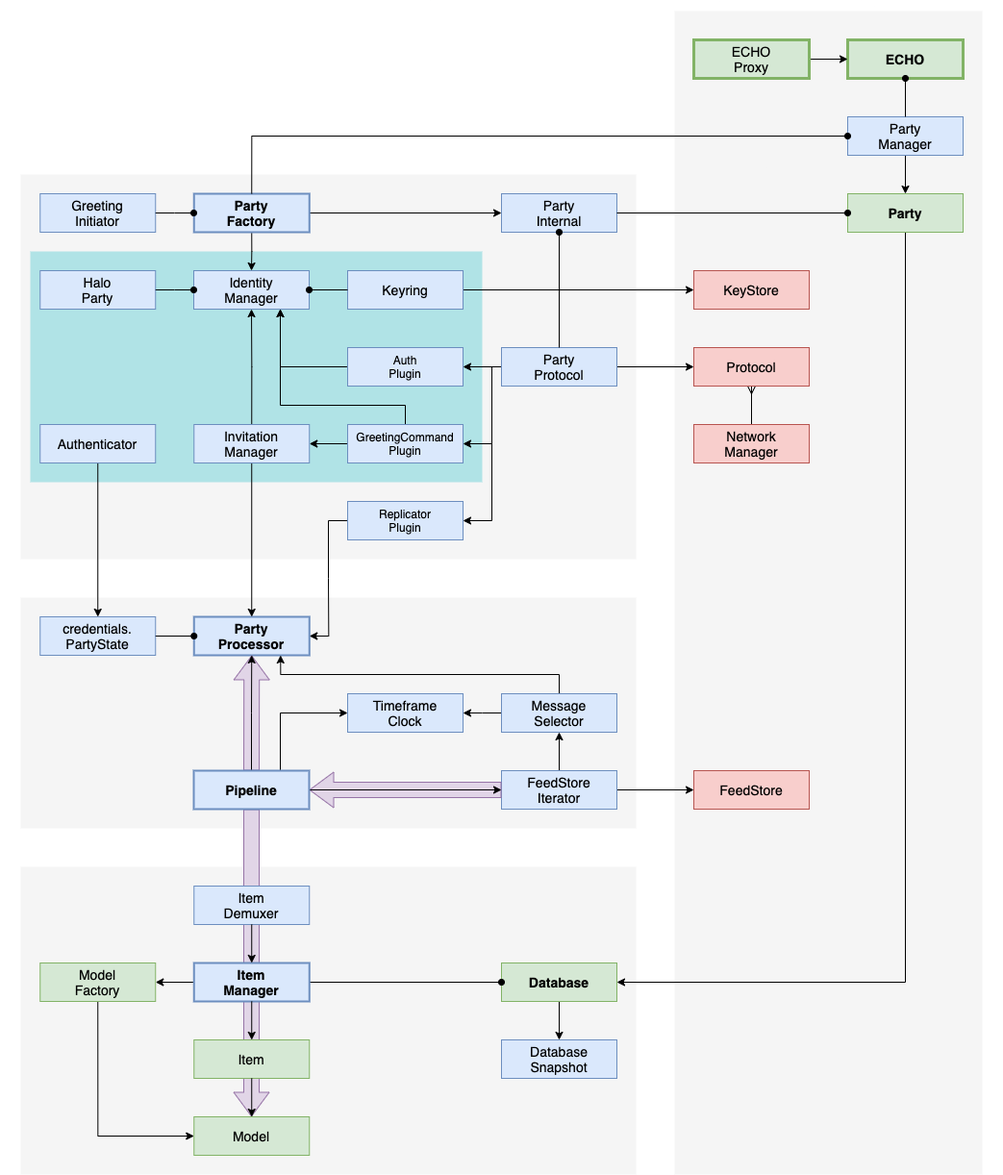
This is docs/diagrams/echo-architecture.png from dxos/dxos, a draw.io export, as it was before one commit. Source tidied: cells renumbered, new cells last; positions are measured from the earlier drawing's top-left corner, leaving out a move shared by most shapes.
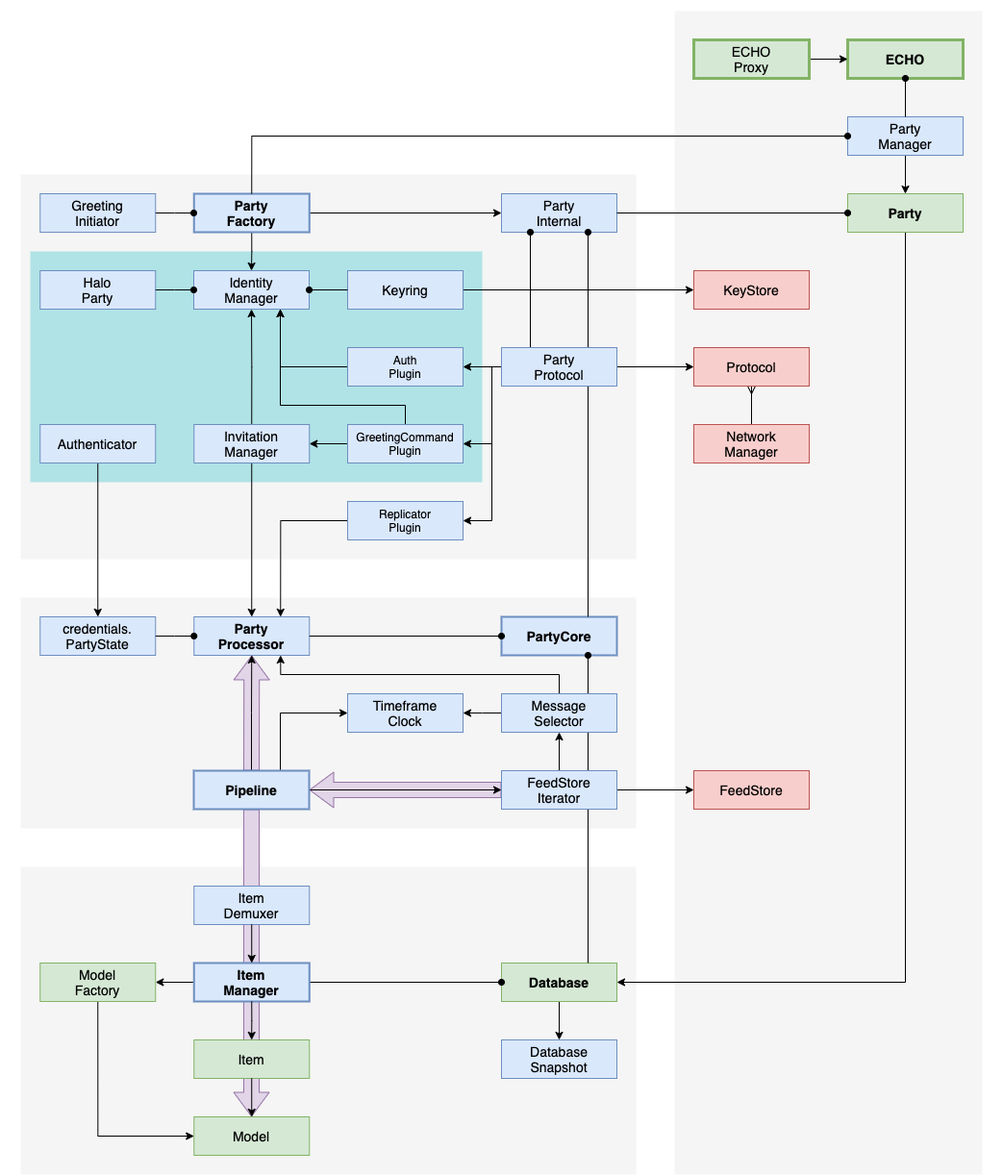
The same file after the commit.

What changed in the source:
```diff
@@ -32,7 +32,7 @@
     <mxCell id="11" style="edgeStyle=orthogonalEdgeStyle;rounded=0;jettySize=auto;html=1;exitX=0.75;exitY=0;exitDx=0;exitDy=0;entryX=0;entryY=0.5;entryDx=0;entryDy=0;" parent="1" edge="1" source="79" target="14">
       <mxGeometry relative="1" as="geometry" />
     </mxCell>
-    <mxCell id="12" value="Party&lt;br&gt;Processor" style="rounded=0;whiteSpace=wrap;html=1;fontSize=14;fontFamily=Helvetica;fillColor=#dae8fc;strokeColor=#6c8ebf;fontStyle=1;strokeWidth=2;" parent="1" vertex="1">
+    <mxCell id="12" value="Party&lt;br&gt;Processor" style="rounded=0;whiteSpace=wrap;html=1;fontSize=14;fontFamily=Helvetica;fillColor=#dae8fc;strokeColor=#6c8ebf;fontStyle=1;strokeWidth=1;" parent="1" vertex="1">
       <mxGeometry x="200.2" y="640" width="120" height="40" as="geometry" />
     </mxCell>
     <mxCell id="13" value="credentials.&lt;br&gt;PartyState" style="rounded=0;whiteSpace=wrap;html=1;fontSize=14;fontFamily=Helvetica;fillColor=#dae8fc;strokeColor=#6c8ebf;fontStyle=0;strokeWidth=1;" parent="1" vertex="1">
@@ -66,9 +66,6 @@
     <mxCell id="19" style="edgeStyle=orthogonalEdgeStyle;rounded=0;jettySize=auto;html=1;exitX=1;exitY=0.5;exitDx=0;exitDy=0;fontSize=12;startArrow=none;startFill=0;endArrow=classic;endFill=1;entryX=0;entryY=0.5;entryDx=0;entryDy=0;" parent="1" edge="1" source="20" target="76">
       <mxGeometry relative="1" as="geometry" />
     </mxCell>
-    <mxCell id="20" value="Party&lt;br&gt;Protocol" style="rounded=0;whiteSpace=wrap;html=1;fontSize=14;fontFamily=Helvetica;fillColor=#dae8fc;strokeColor=#6c8ebf;fontStyle=0;strokeWidth=1;" parent="1" vertex="1">
-      <mxGeometry x="520" y="360" width="120" height="40" as="geometry" />
-    </mxCell>
     <mxCell id="21" style="edgeStyle=orthogonalEdgeStyle;rounded=0;jettySize=auto;html=1;exitX=0.5;exitY=1;exitDx=0;exitDy=0;entryX=0.5;entryY=0;entryDx=0;entryDy=0;" parent="1" edge="1" source="23" target="15">
       <mxGeometry relative="1" as="geometry" />
     </mxCell>
@@ -139,9 +136,6 @@
         </Array>
       </mxGeometry>
     </mxCell>
-    <mxCell id="41" value="Message&lt;br&gt;Selector" style="rounded=0;whiteSpace=wrap;html=1;fontSize=14;fontFamily=Helvetica;fillColor=#dae8fc;strokeColor=#6c8ebf;fontStyle=0;strokeWidth=1;" parent="1" vertex="1">
-      <mxGeometry x="520" y="720" width="120" height="40" as="geometry" />
-    </mxCell>
     <mxCell id="42" value="Halo&lt;br&gt;Party" style="rounded=0;whiteSpace=wrap;html=1;fontSize=14;fontFamily=Helvetica;fillColor=#dae8fc;strokeColor=#6c8ebf;fontStyle=0;strokeWidth=1;" parent="1" vertex="1">
       <mxGeometry x="40.2" y="280" width="120" height="40" as="geometry" />
     </mxCell>
@@ -185,9 +179,6 @@
     <mxCell id="52" style="edgeStyle=orthogonalEdgeStyle;rounded=0;jettySize=auto;html=1;exitX=1;exitY=0.5;exitDx=0;exitDy=0;entryX=0;entryY=0.5;entryDx=0;entryDy=0;fontSize=12;startArrow=none;startFill=0;endArrow=classic;endFill=1;" parent="1" edge="1" source="53" target="43">
       <mxGeometry relative="1" as="geometry" />
     </mxCell>
-    <mxCell id="53" value="FeedStore&lt;br&gt;Iterator" style="rounded=0;whiteSpace=wrap;html=1;fontSize=14;fontFamily=Helvetica;fillColor=#dae8fc;strokeColor=#6c8ebf;fontStyle=0;strokeWidth=1;" parent="1" vertex="1">
-      <mxGeometry x="520" y="800" width="120" height="40" as="geometry" />
-    </mxCell>
     <mxCell id="54" style="shape=flexArrow;endArrow=classic;html=1;endSize=8;strokeColor=#9673a6;fillColor=#e1d5e7;entryX=1;entryY=0.5;entryDx=0;entryDy=0;exitX=0;exitY=0.5;exitDx=0;exitDy=0;width=16;" parent="1" edge="1" source="53" target="79">
       <mxGeometry relative="1" as="geometry" />
     </mxCell>
@@ -254,7 +245,7 @@
     <mxCell id="72" value="GreetingCommand&lt;br style=&quot;font-size: 12px;&quot;&gt;Plugin" style="rounded=0;whiteSpace=wrap;html=1;fontSize=12;fontFamily=Helvetica;fillColor=#dae8fc;strokeColor=#6c8ebf;fontStyle=0;strokeWidth=1;" parent="1" vertex="1">
       <mxGeometry x="360" y="440" width="120" height="40" as="geometry" />
     </mxCell>
-    <mxCell id="73" style="edgeStyle=orthogonalEdgeStyle;rounded=0;jettySize=auto;html=1;exitX=0;exitY=0.5;exitDx=0;exitDy=0;entryX=1;entryY=0.5;entryDx=0;entryDy=0;fontSize=12;startArrow=none;startFill=0;endArrow=classic;endFill=1;" parent="1" edge="1" source="74" target="12">
+    <mxCell id="73" style="edgeStyle=orthogonalEdgeStyle;rounded=0;jettySize=auto;html=1;exitX=0;exitY=0.5;exitDx=0;exitDy=0;entryX=0.75;entryY=0;entryDx=0;entryDy=0;fontSize=12;startArrow=none;startFill=0;endArrow=classic;endFill=1;" parent="1" edge="1" source="74" target="12">
       <mxGeometry relative="1" as="geometry" />
     </mxCell>
     <mxCell id="74" value="Replicator&lt;br style=&quot;font-size: 12px;&quot;&gt;Plugin" style="rounded=0;whiteSpace=wrap;html=1;fontSize=12;fontFamily=Helvetica;fillColor=#dae8fc;strokeColor=#6c8ebf;fontStyle=0;strokeWidth=1;" parent="1" vertex="1">
@@ -287,8 +278,29 @@
     <mxCell id="83" value="&lt;span style=&quot;font-weight: 400&quot;&gt;&amp;nbsp;&lt;/span&gt;" style="rounded=0;whiteSpace=wrap;html=1;fontSize=14;fontFamily=Helvetica;fontStyle=1;strokeWidth=3;strokeColor=none;fillColor=none;" parent="1" vertex="1">
       <mxGeometry width="1040" height="20" as="geometry" />
     </mxCell>
-    <mxCell id="84" style="edgeStyle=orthogonalEdgeStyle;rounded=0;jettySize=auto;html=1;exitX=0.5;exitY=1;exitDx=0;exitDy=0;entryX=0.5;entryY=0;entryDx=0;entryDy=0;fontSize=12;startArrow=oval;startFill=1;endArrow=none;endFill=0;" parent="1" edge="1" source="77" target="20">
+    <mxCell id="84" style="edgeStyle=orthogonalEdgeStyle;rounded=0;jettySize=auto;html=1;exitX=0.25;exitY=1;exitDx=0;exitDy=0;entryX=0.25;entryY=0;entryDx=0;entryDy=0;fontSize=12;startArrow=oval;startFill=1;endArrow=none;endFill=0;" parent="1" edge="1" source="77" target="20">
       <mxGeometry relative="1" as="geometry" />
     </mxCell>
+    <mxCell id="85" value="PartyCore" style="rounded=0;whiteSpace=wrap;html=1;fontSize=14;fontFamily=Helvetica;fillColor=#dae8fc;strokeColor=#6c8ebf;fontStyle=1;strokeWidth=2;" parent="1" vertex="1">
+      <mxGeometry x="520" y="640" width="120" height="40" as="geometry" />
+    </mxCell>
+    <mxCell id="86" style="edgeStyle=orthogonalEdgeStyle;rounded=0;jettySize=auto;html=1;exitX=1;exitY=0.5;exitDx=0;exitDy=0;entryX=0;entryY=0.5;entryDx=0;entryDy=0;endArrow=oval;endFill=1;" parent="1" edge="1" source="12" target="85">
+      <mxGeometry relative="1" as="geometry" />
+    </mxCell>
+    <mxCell id="87" style="edgeStyle=orthogonalEdgeStyle;rounded=0;jettySize=auto;html=1;exitX=0.75;exitY=0;exitDx=0;exitDy=0;entryX=0.75;entryY=1;entryDx=0;entryDy=0;endArrow=oval;endFill=1;" parent="1" edge="1" source="85" target="77">
+      <mxGeometry relative="1" as="geometry" />
+    </mxCell>
+    <mxCell id="20" value="Party&lt;br&gt;Protocol" style="rounded=0;whiteSpace=wrap;html=1;fontSize=14;fontFamily=Helvetica;fillColor=#dae8fc;strokeColor=#6c8ebf;fontStyle=0;strokeWidth=1;" parent="1" vertex="1">
+      <mxGeometry x="520" y="360" width="120" height="40" as="geometry" />
+    </mxCell>
+    <mxCell id="88" style="edgeStyle=orthogonalEdgeStyle;rounded=0;jettySize=auto;html=1;exitX=0.75;exitY=0;exitDx=0;exitDy=0;entryX=0.75;entryY=1;entryDx=0;entryDy=0;endArrow=oval;endFill=1;" parent="1" edge="1" source="37" target="85">
+      <mxGeometry relative="1" as="geometry" />
+    </mxCell>
+    <mxCell id="53" value="FeedStore&lt;br&gt;Iterator" style="rounded=0;whiteSpace=wrap;html=1;fontSize=14;fontFamily=Helvetica;fillColor=#dae8fc;strokeColor=#6c8ebf;fontStyle=0;strokeWidth=1;" parent="1" vertex="1">
+      <mxGeometry x="520" y="800" width="120" height="40" as="geometry" />
+    </mxCell>
+    <mxCell id="41" value="Message&lt;br&gt;Selector" style="rounded=0;whiteSpace=wrap;html=1;fontSize=14;fontFamily=Helvetica;fillColor=#dae8fc;strokeColor=#6c8ebf;fontStyle=0;strokeWidth=1;" parent="1" vertex="1">
+      <mxGeometry x="520" y="720" width="120" height="40" as="geometry" />
+    </mxCell>
   </root>
 </mxGraphModel>
```
